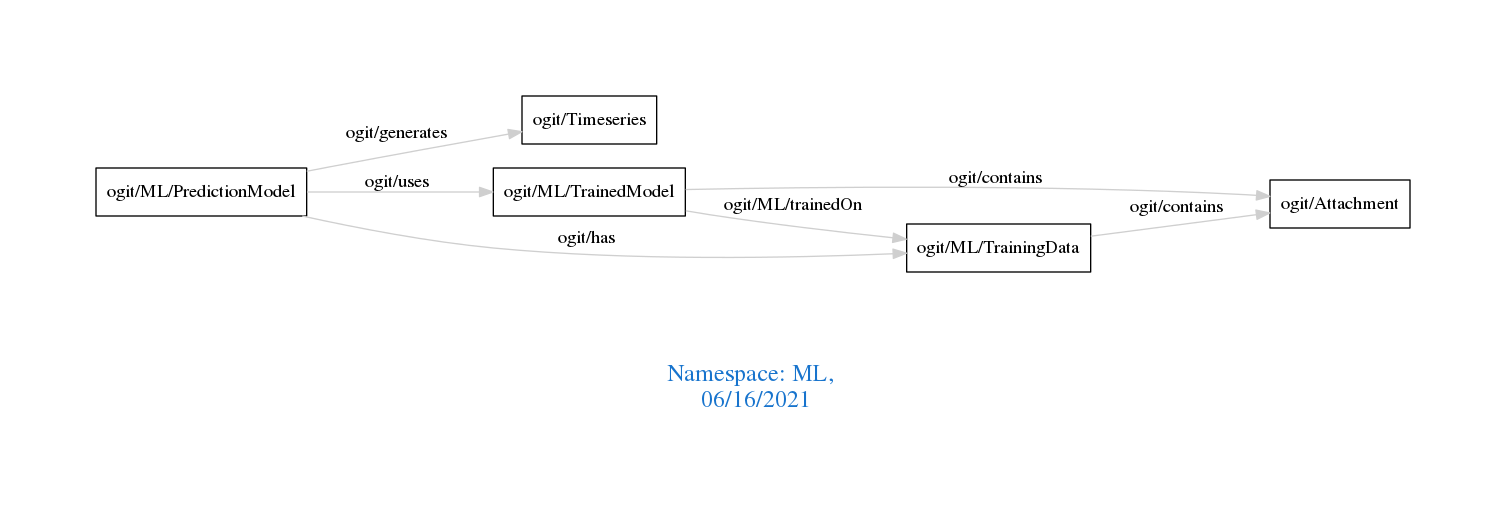
Before: downloads/ML.png, a diagram exported from Graphviz (arago/OGIT). Its source is kept beside it as downloads/ML.dot.
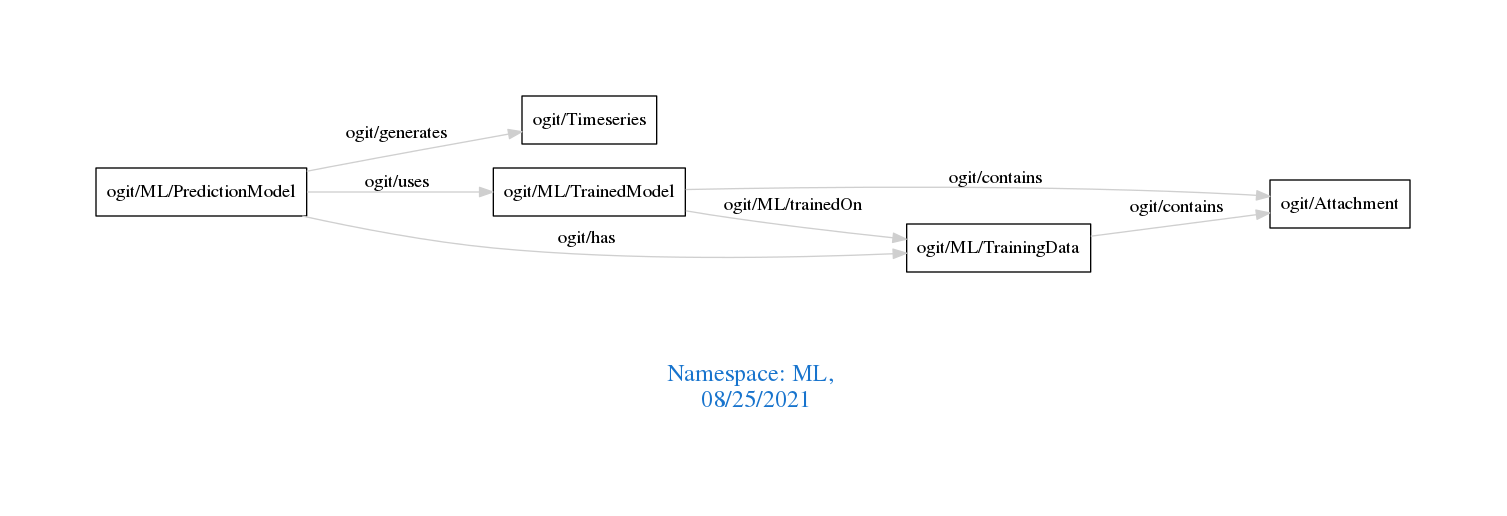
Above is the later version.

The edit, as a diff of the source:
```diff
@@ -1,7 +1,7 @@
 digraph OGIT_ontology {
  graph [ rankdir= LR,pad=1
 fontsize = 18,
-fontcolor= dodgerblue3,label = "\n\n\nNamespace: ML, \n 06/16/2021"];
+fontcolor= dodgerblue3,label = "\n\n\nNamespace: ML, \n 08/25/2021"];
 node[shape=polygon];
 edge [  color="gray81"];
 
```
